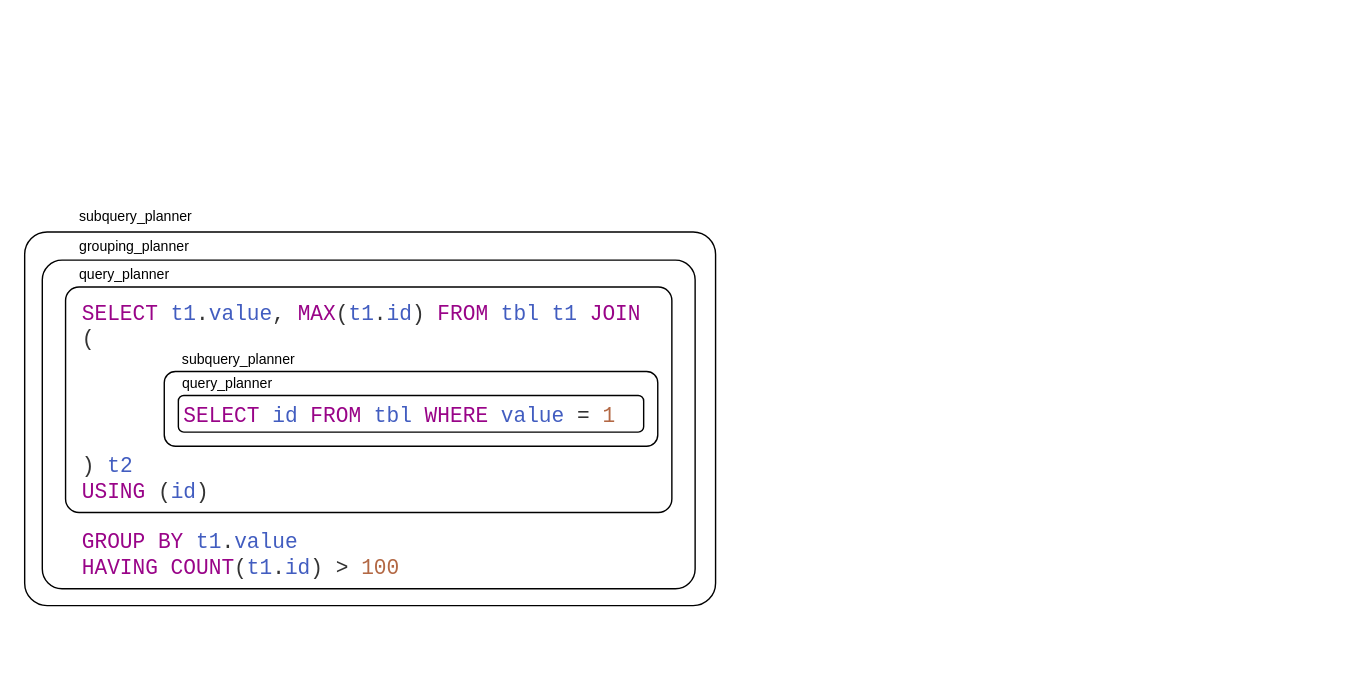
The draw.io diagram PGBootcamp2024/debugging-postgres-planner/img/source-code-query-correlation.drawio in ashenBlade/tantor-pg-meetups, before the edit. Source tidied: cells renumbered, new cells numbered last; positions are measured from the earlier drawing's top-left corner, leaving out a move shared by most shapes. Both pictures are drawn from the tidied source at 141%, with x=0, y=0 at pixel (24, 195).
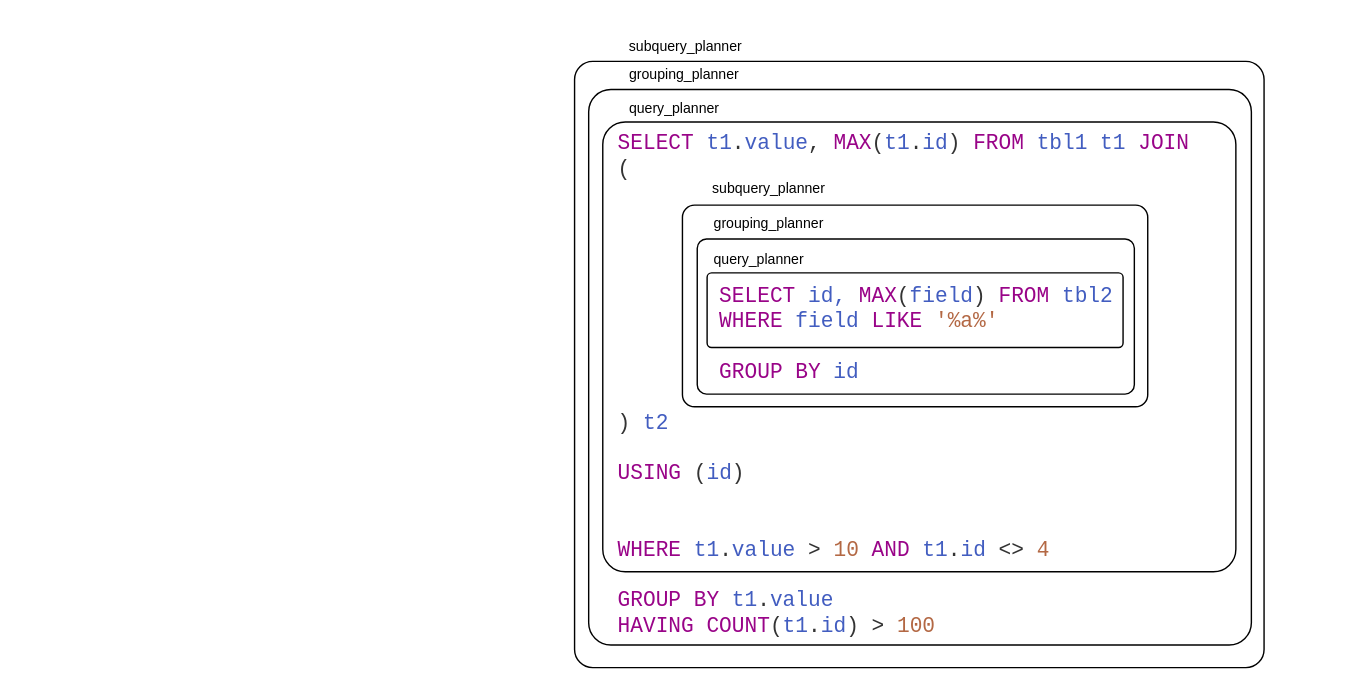
Above is the later version.

What changed in the source:
```diff
@@
 <mxGraphModel>
   <root>
     <mxCell id="0" />
     <mxCell id="1" parent="0" />
-    <mxCell id="2" value="&lt;div style=&quot;font-size: 15px;&quot;&gt;&lt;span style=&quot;background-color: initial; font-size: 15px;&quot;&gt;&lt;font color=&quot;#990488&quot;&gt;SELECT&lt;/font&gt; &lt;font color=&quot;#425dc0&quot;&gt;t1&lt;/font&gt;&lt;font color=&quot;#333333&quot;&gt;.&lt;/font&gt;&lt;font color=&quot;#425dc0&quot;&gt;value&lt;/font&gt;&lt;font color=&quot;#333333&quot;&gt;,&lt;/font&gt;&lt;font color=&quot;#990488&quot;&gt; MAX&lt;/font&gt;&lt;font color=&quot;#333333&quot;&gt;(&lt;/font&gt;&lt;font color=&quot;#425dc0&quot;&gt;t1&lt;/font&gt;&lt;font color=&quot;#333333&quot;&gt;.&lt;/font&gt;&lt;font color=&quot;#425dc0&quot;&gt;id&lt;/font&gt;&lt;font color=&quot;#333333&quot;&gt;)&lt;/font&gt;&lt;font color=&quot;#990488&quot;&gt; FROM&lt;/font&gt; &lt;font color=&quot;#425dc0&quot;&gt;tbl t1&lt;/font&gt;&lt;font color=&quot;#990488&quot;&gt;&amp;nbsp;&lt;/font&gt;&lt;/span&gt;&lt;span style=&quot;color: rgb(153, 4, 136); background-color: initial; font-size: 15px;&quot;&gt;JOIN&lt;/span&gt;&lt;/div&gt;&lt;font color=&quot;#333333&quot;&gt;(&lt;/font&gt;&lt;div&gt;&lt;font color=&quot;#990488&quot;&gt;&lt;br&gt;&lt;/font&gt;&lt;div&gt;&lt;font color=&quot;#990488&quot;&gt;&lt;br&gt;&lt;/font&gt;&lt;div&gt;&lt;span style=&quot;color: rgb(153, 4, 136); white-space: pre;&quot;&gt;&#9;&lt;/span&gt;&lt;font color=&quot;#990488&quot;&gt;SELECT&lt;/font&gt; &lt;font color=&quot;#425dc0&quot;&gt;id&lt;/font&gt; &lt;font color=&quot;#990488&quot;&gt;FROM&lt;/font&gt; &lt;font color=&quot;#425dc0&quot;&gt;tbl&lt;/font&gt; &lt;font color=&quot;#990488&quot;&gt;WHERE&lt;/font&gt; &lt;font color=&quot;#425dc0&quot;&gt;value&lt;/font&gt;&lt;font color=&quot;#990488&quot;&gt; &lt;/font&gt;&lt;font color=&quot;#333333&quot;&gt;=&lt;/font&gt;&lt;font color=&quot;#990488&quot;&gt; &lt;/font&gt;&lt;font color=&quot;#b36844&quot;&gt;1&lt;/font&gt;&lt;/div&gt;&lt;div&gt;&lt;font color=&quot;#990488&quot;&gt;&lt;br&gt;&lt;/font&gt;&lt;/div&gt;&lt;div&gt;&lt;font color=&quot;#333333&quot;&gt;)&lt;/font&gt;&lt;font color=&quot;#990488&quot;&gt; &lt;/font&gt;&lt;font color=&quot;#425dc0&quot;&gt;t2&lt;/font&gt;&lt;/div&gt;&lt;div&gt;&lt;div&gt;&lt;font color=&quot;#990488&quot;&gt;USING &lt;/font&gt;&lt;font color=&quot;#333333&quot;&gt;(&lt;/font&gt;&lt;font color=&quot;#425dc0&quot;&gt;id&lt;/font&gt;&lt;font color=&quot;#333333&quot;&gt;)&lt;/font&gt;&lt;/div&gt;&lt;div&gt;&lt;font color=&quot;#990488&quot;&gt;&lt;br style=&quot;font-size: 15px;&quot;&gt;GROUP BY &lt;/font&gt;&lt;font color=&quot;#425dc0&quot;&gt;t1&lt;/font&gt;&lt;font color=&quot;#333333&quot;&gt;.&lt;/font&gt;&lt;font color=&quot;#425dc0&quot;&gt;value&lt;/font&gt;&lt;/div&gt;&lt;div&gt;&lt;font color=&quot;#990488&quot;&gt;HAVING COUNT&lt;/font&gt;&lt;font color=&quot;#333333&quot;&gt;(&lt;/font&gt;&lt;font color=&quot;#425dc0&quot;&gt;t1&lt;/font&gt;&lt;font color=&quot;#333333&quot;&gt;.&lt;/font&gt;&lt;font color=&quot;#425dc0&quot;&gt;id&lt;/font&gt;&lt;font color=&quot;#333333&quot;&gt;)&lt;/font&gt;&lt;font color=&quot;#990488&quot;&gt; &lt;/font&gt;&lt;font color=&quot;#333333&quot;&gt;&amp;gt;&lt;/font&gt;&lt;font color=&quot;#990488&quot;&gt; &lt;/font&gt;&lt;font color=&quot;#b36844&quot;&gt;100&lt;/font&gt;&lt;/div&gt;&lt;/div&gt;&lt;/div&gt;&lt;/div&gt;" style="text;html=1;align=left;verticalAlign=middle;whiteSpace=wrap;rounded=0;fontFamily=Courier New;shadow=0;horizontal=1;spacing=2;fontSize=15;" parent="1" vertex="1">
-      <mxGeometry x="39" y="65" width="430" height="220" as="geometry" />
-    </mxCell>
-    <mxCell id="3" style="rounded=1;whiteSpace=wrap;html=1;fillColor=none;align=left;verticalAlign=top;" parent="1" vertex="1">
-      <mxGeometry x="109" y="142" width="330" height="26" as="geometry" />
-    </mxCell>
-    <mxCell id="4" value="query_planner" style="text;html=1;align=center;verticalAlign=middle;whiteSpace=wrap;rounded=0;fontSize=10;" parent="1" vertex="1">
-      <mxGeometry x="99" y="118" width="90" height="30" as="geometry" />
-    </mxCell>
-    <mxCell id="5" style="rounded=1;whiteSpace=wrap;html=1;fillColor=none;align=left;verticalAlign=top;" parent="1" vertex="1">
-      <mxGeometry x="99" y="125" width="350" height="53" as="geometry" />
-    </mxCell>
     <mxCell id="6" value="subquery_planner" style="text;html=1;align=center;verticalAlign=middle;whiteSpace=wrap;rounded=0;fontSize=10;" parent="1" vertex="1">
-      <mxGeometry x="105" y="101" width="94" height="30" as="geometry" />
+      <mxGeometry x="422" y="-121" width="94" height="30" as="geometry" />
     </mxCell>
-    <mxCell id="7" style="rounded=1;whiteSpace=wrap;html=1;fillColor=none;align=left;verticalAlign=top;arcSize=6;" parent="1" vertex="1">
-      <mxGeometry x="29" y="65" width="430" height="160" as="geometry" />
+    <mxCell id="7" style="rounded=1;whiteSpace=wrap;html=1;fillColor=none;align=left;verticalAlign=top;arcSize=4;" parent="1" vertex="1">
+      <mxGeometry x="400" y="-75" width="470" height="394" as="geometry" />
     </mxCell>
     <mxCell id="8" value="query_planner" style="text;html=1;align=center;verticalAlign=middle;whiteSpace=wrap;rounded=0;fontSize=10;" parent="1" vertex="1">
-      <mxGeometry x="29" y="41" width="84" height="30" as="geometry" />
+      <mxGeometry x="419" y="-77" width="84" height="30" as="geometry" />
     </mxCell>
-    <mxCell id="9" style="rounded=1;whiteSpace=wrap;html=1;fillColor=none;align=left;verticalAlign=top;arcSize=6;" parent="1" vertex="1">
-      <mxGeometry x="12.5" y="46" width="463" height="233" as="geometry" />
+    <mxCell id="9" style="rounded=1;whiteSpace=wrap;html=1;fillColor=none;align=left;verticalAlign=top;arcSize=3;" parent="1" vertex="1">
+      <mxGeometry x="390" y="-95" width="489" height="430" as="geometry" />
     </mxCell>
     <mxCell id="10" value="grouping_planner" style="text;html=1;align=center;verticalAlign=middle;whiteSpace=wrap;rounded=0;fontSize=10;" parent="1" vertex="1">
-      <mxGeometry x="34" y="21" width="88" height="30" as="geometry" />
+      <mxGeometry x="424" y="-101" width="88" height="30" as="geometry" />
     </mxCell>
-    <mxCell id="11" style="rounded=1;whiteSpace=wrap;html=1;fillColor=none;align=left;verticalAlign=top;arcSize=6;" parent="1" vertex="1">
-      <mxGeometry y="26" width="490" height="265" as="geometry" />
+    <mxCell id="11" style="rounded=1;whiteSpace=wrap;html=1;fillColor=none;align=left;verticalAlign=top;arcSize=5;" parent="1" vertex="1">
+      <mxGeometry x="410" y="-52" width="449" height="319" as="geometry" />
     </mxCell>
     <mxCell id="12" value="subquery_planner" style="text;html=1;align=center;verticalAlign=middle;whiteSpace=wrap;rounded=0;fontSize=10;" parent="1" vertex="1">
-      <mxGeometry x="28" width="102" height="30" as="geometry" />
+      <mxGeometry x="477" y="-20" width="102" height="30" as="geometry" />
     </mxCell>
+    <mxCell id="13" value="&lt;div style=&quot;font-size: 15px;&quot;&gt;&lt;span style=&quot;background-color: initial; font-size: 15px;&quot;&gt;&lt;font color=&quot;#990488&quot;&gt;SELECT&lt;/font&gt; &lt;font color=&quot;#425dc0&quot;&gt;t1&lt;/font&gt;&lt;font color=&quot;#333333&quot;&gt;.&lt;/font&gt;&lt;font color=&quot;#425dc0&quot;&gt;value&lt;/font&gt;&lt;font color=&quot;#333333&quot;&gt;,&lt;/font&gt;&lt;font color=&quot;#990488&quot;&gt; MAX&lt;/font&gt;&lt;font color=&quot;#333333&quot;&gt;(&lt;/font&gt;&lt;font color=&quot;#425dc0&quot;&gt;t1&lt;/font&gt;&lt;font color=&quot;#333333&quot;&gt;.&lt;/font&gt;&lt;font color=&quot;#425dc0&quot;&gt;id&lt;/font&gt;&lt;font color=&quot;#333333&quot;&gt;)&lt;/font&gt;&lt;font color=&quot;#990488&quot;&gt; FROM&lt;/font&gt; &lt;font color=&quot;#425dc0&quot;&gt;tbl1 t1&lt;/font&gt;&lt;font color=&quot;#990488&quot;&gt;&amp;nbsp;&lt;/font&gt;&lt;/span&gt;&lt;span style=&quot;color: rgb(153, 4, 136); background-color: initial; font-size: 15px;&quot;&gt;JOIN&lt;/span&gt;&lt;/div&gt;&lt;font color=&quot;#333333&quot;&gt;(&lt;/font&gt;&lt;div&gt;&lt;font color=&quot;#333333&quot;&gt;&lt;br&gt;&lt;/font&gt;&lt;div&gt;&lt;font color=&quot;#333333&quot;&gt;&lt;br&gt;&lt;/font&gt;&lt;/div&gt;&lt;div&gt;&lt;font color=&quot;#333333&quot;&gt;&lt;br&gt;&lt;/font&gt;&lt;div&gt;&lt;font style=&quot;background-color: initial;&quot; color=&quot;#990488&quot;&gt;&lt;br&gt;&lt;/font&gt;&lt;/div&gt;&lt;div&gt;&lt;font style=&quot;background-color: initial;&quot; color=&quot;#990488&quot;&gt;&lt;span style=&quot;white-space: pre;&quot;&gt;&#9;&lt;/span&gt;SELECT&lt;/font&gt;&lt;span style=&quot;background-color: initial;&quot;&gt; &lt;/span&gt;&lt;font style=&quot;background-color: initial;&quot; color=&quot;#425dc0&quot;&gt;id, &lt;/font&gt;&lt;font style=&quot;background-color: initial;&quot; color=&quot;#990488&quot;&gt;MAX&lt;/font&gt;&lt;font style=&quot;background-color: initial;&quot; color=&quot;#333333&quot;&gt;(&lt;/font&gt;&lt;font style=&quot;background-color: initial;&quot; color=&quot;#425dc0&quot;&gt;field&lt;/font&gt;&lt;font style=&quot;background-color: initial;&quot; color=&quot;#333333&quot;&gt;)&lt;/font&gt;&lt;span style=&quot;background-color: initial;&quot;&gt;&amp;nbsp;&lt;/span&gt;&lt;font style=&quot;background-color: initial;&quot; color=&quot;#990488&quot;&gt;FROM&lt;/font&gt;&lt;span style=&quot;background-color: initial;&quot;&gt; &lt;/span&gt;&lt;font style=&quot;background-color: initial;&quot; color=&quot;#425dc0&quot;&gt;tbl2&lt;/font&gt;&lt;span style=&quot;background-color: initial;&quot;&gt;&amp;nbsp;&lt;/span&gt;&lt;div&gt;&lt;div&gt;&lt;font color=&quot;#990488&quot;&gt;&lt;span style=&quot;white-space: pre;&quot;&gt;&#9;&lt;/span&gt;WHERE&lt;/font&gt;&lt;span style=&quot;background-color: initial;&quot;&gt;&amp;nbsp;&lt;/span&gt;&lt;font style=&quot;background-color: initial;&quot; color=&quot;#425dc0&quot;&gt;field &lt;/font&gt;&lt;font style=&quot;background-color: initial;&quot; color=&quot;#990488&quot;&gt;LIKE&lt;/font&gt;&lt;font style=&quot;background-color: initial;&quot; color=&quot;#425dc0&quot;&gt; &lt;/font&gt;&lt;font style=&quot;background-color: initial;&quot; color=&quot;#b36844&quot;&gt;'%a%'&lt;/font&gt;&lt;/div&gt;&lt;div&gt;&lt;br&gt;&lt;/div&gt;&lt;div&gt;&lt;font color=&quot;#990488&quot;&gt;&lt;span style=&quot;white-space: pre;&quot;&gt;&#9;&lt;/span&gt;GROUP BY&lt;/font&gt;&lt;font color=&quot;#425dc0&quot;&gt; id&lt;/font&gt;&lt;/div&gt;&lt;div&gt;&lt;font style=&quot;background-color: initial;&quot; color=&quot;#333333&quot;&gt;&lt;br&gt;&lt;/font&gt;&lt;/div&gt;&lt;div&gt;&lt;font style=&quot;background-color: initial;&quot; color=&quot;#333333&quot;&gt;)&lt;/font&gt;&lt;font style=&quot;background-color: initial;&quot; color=&quot;#990488&quot;&gt; &lt;/font&gt;&lt;font style=&quot;background-color: initial;&quot; color=&quot;#425dc0&quot;&gt;t2&lt;/font&gt;&lt;br&gt;&lt;/div&gt;&lt;div&gt;&lt;div&gt;&lt;font color=&quot;#990488&quot;&gt;&lt;br&gt;&lt;/font&gt;&lt;/div&gt;&lt;div&gt;&lt;font color=&quot;#990488&quot;&gt;USING &lt;/font&gt;&lt;font color=&quot;#333333&quot;&gt;(&lt;/font&gt;&lt;font color=&quot;#425dc0&quot;&gt;id&lt;/font&gt;&lt;font color=&quot;#333333&quot;&gt;)&lt;/font&gt;&lt;/div&gt;&lt;div&gt;&lt;font color=&quot;#990488&quot;&gt;&lt;br&gt;&lt;/font&gt;&lt;/div&gt;&lt;div&gt;&lt;font color=&quot;#990488&quot;&gt;&lt;br&gt;&lt;/font&gt;&lt;/div&gt;&lt;div&gt;&lt;font color=&quot;#990488&quot;&gt;WHERE &lt;/font&gt;&lt;font color=&quot;#425dc0&quot;&gt;t1&lt;/font&gt;&lt;font color=&quot;#333333&quot;&gt;.&lt;/font&gt;&lt;font color=&quot;#425dc0&quot;&gt;value&lt;/font&gt;&lt;font color=&quot;#990488&quot;&gt; &lt;/font&gt;&lt;font color=&quot;#333333&quot;&gt;&amp;gt;&lt;/font&gt;&lt;font color=&quot;#990488&quot;&gt; &lt;/font&gt;&lt;font color=&quot;#b36844&quot;&gt;10 &lt;/font&gt;&lt;font color=&quot;#990488&quot;&gt;AND&lt;/font&gt;&lt;font color=&quot;#b36844&quot;&gt; &lt;/font&gt;&lt;font color=&quot;#425dc0&quot;&gt;t1&lt;/font&gt;&lt;font color=&quot;#333333&quot;&gt;.&lt;/font&gt;&lt;font color=&quot;#425dc0&quot;&gt;id&lt;/font&gt;&lt;font color=&quot;#b36844&quot;&gt; &lt;/font&gt;&lt;font color=&quot;#333333&quot;&gt;&amp;lt;&amp;gt;&lt;/font&gt;&lt;font color=&quot;#b36844&quot;&gt; 4&lt;/font&gt;&lt;/div&gt;&lt;div&gt;&lt;font color=&quot;#990488&quot;&gt;&lt;br style=&quot;font-size: 15px;&quot;&gt;GROUP BY &lt;/font&gt;&lt;font color=&quot;#425dc0&quot;&gt;t1&lt;/font&gt;&lt;font color=&quot;#333333&quot;&gt;.&lt;/font&gt;&lt;font color=&quot;#425dc0&quot;&gt;value&lt;/font&gt;&lt;/div&gt;&lt;div&gt;&lt;font color=&quot;#990488&quot;&gt;HAVING COUNT&lt;/font&gt;&lt;font color=&quot;#333333&quot;&gt;(&lt;/font&gt;&lt;font color=&quot;#425dc0&quot;&gt;t1&lt;/font&gt;&lt;font color=&quot;#333333&quot;&gt;.&lt;/font&gt;&lt;font color=&quot;#425dc0&quot;&gt;id&lt;/font&gt;&lt;font color=&quot;#333333&quot;&gt;)&lt;/font&gt;&lt;font color=&quot;#990488&quot;&gt; &lt;/font&gt;&lt;font color=&quot;#333333&quot;&gt;&amp;gt;&lt;/font&gt;&lt;font color=&quot;#990488&quot;&gt; &lt;/font&gt;&lt;font color=&quot;#b36844&quot;&gt;100&lt;/font&gt;&lt;/div&gt;&lt;/div&gt;&lt;/div&gt;&lt;/div&gt;&lt;/div&gt;&lt;/div&gt;" style="text;html=1;align=left;verticalAlign=middle;whiteSpace=wrap;rounded=0;fontFamily=Courier New;shadow=0;horizontal=1;spacing=2;fontSize=15;" parent="1" vertex="1">
+      <mxGeometry x="419" y="-60" width="504" height="390" as="geometry" />
+    </mxCell>
+    <mxCell id="14" style="rounded=1;whiteSpace=wrap;html=1;fillColor=none;align=left;verticalAlign=top;arcSize=6;" parent="1" vertex="1">
+      <mxGeometry x="484" y="55" width="295" height="53" as="geometry" />
+    </mxCell>
+    <mxCell id="4" value="query_planner" style="text;html=1;align=center;verticalAlign=middle;whiteSpace=wrap;rounded=0;fontSize=10;" parent="1" vertex="1">
+      <mxGeometry x="479" y="30" width="84" height="30" as="geometry" />
+    </mxCell>
+    <mxCell id="15" style="rounded=1;whiteSpace=wrap;html=1;fillColor=none;align=left;verticalAlign=top;arcSize=6;" parent="1" vertex="1">
+      <mxGeometry x="477" y="31" width="310" height="110" as="geometry" />
+    </mxCell>
+    <mxCell id="16" value="grouping_planner" style="text;html=1;align=center;verticalAlign=middle;whiteSpace=wrap;rounded=0;fontSize=10;" parent="1" vertex="1">
+      <mxGeometry x="484" y="5" width="88" height="30" as="geometry" />
+    </mxCell>
+    <mxCell id="17" style="rounded=1;whiteSpace=wrap;html=1;fillColor=none;align=left;verticalAlign=top;arcSize=6;" parent="1" vertex="1">
+      <mxGeometry x="466.5" y="7" width="330" height="143" as="geometry" />
+    </mxCell>
   </root>
 </mxGraphModel>
```
